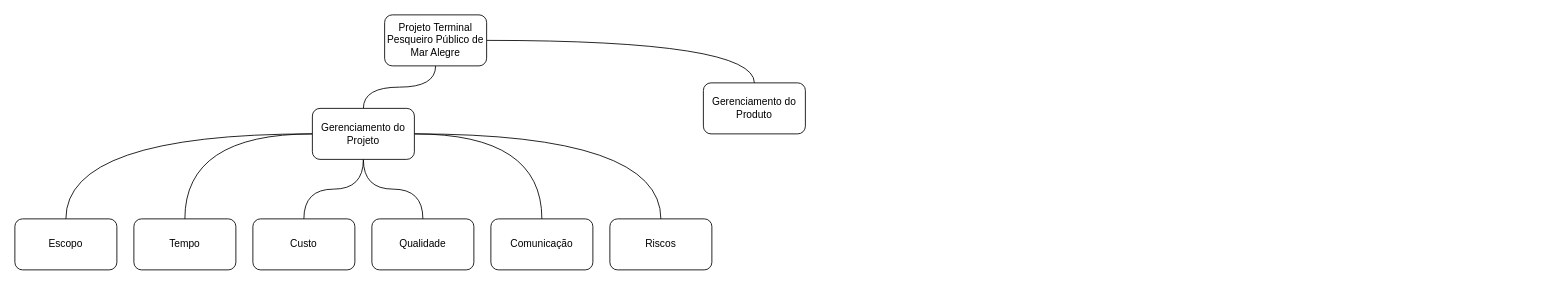
Before: ref/wbs.drawio in mdmundo/diagrams, a draw.io diagram. Source tidied: cells renumbered, new cells numbered last; positions are measured from the earlier drawing's top-left corner, leaving out a move shared by most shapes. Both pictures are drawn from the tidied source at 85%, with x=0, y=0 at pixel (14, 14).
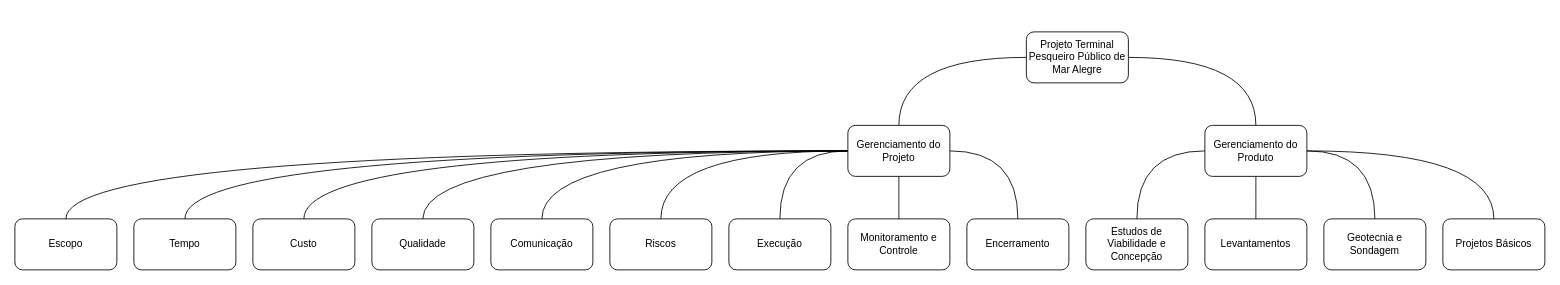
The same page after the edit.

The edit, as a diff of the source:
```diff
@@
     <mxCell id="4" value="Projeto Terminal Pesqueiro Público de Mar Alegre" style="rounded=1;whiteSpace=wrap;html=1;" parent="1" vertex="1">
-      <mxGeometry x="435" width="120" height="60" as="geometry" />
+      <mxGeometry x="1190" y="20" width="120" height="60" as="geometry" />
     </mxCell>
@@
+    <mxCell id="19" style="edgeStyle=orthogonalEdgeStyle;curved=1;rounded=0;jettySize=auto;html=1;endArrow=none;endFill=0;" parent="1" edge="1" source="11" target="26">
+      <mxGeometry relative="1" as="geometry" />
+    </mxCell>
+    <mxCell id="20" style="edgeStyle=orthogonalEdgeStyle;curved=1;rounded=0;jettySize=auto;html=1;endArrow=none;endFill=0;" parent="1" edge="1" source="11" target="27">
+      <mxGeometry relative="1" as="geometry" />
+    </mxCell>
+    <mxCell id="21" style="edgeStyle=orthogonalEdgeStyle;curved=1;rounded=0;jettySize=auto;html=1;endArrow=none;endFill=0;" parent="1" edge="1" source="11" target="28">
+      <mxGeometry relative="1" as="geometry" />
+    </mxCell>
     <mxCell id="11" value="Gerenciamento do Projeto" style="rounded=1;whiteSpace=wrap;html=1;" parent="1" vertex="1">
-      <mxGeometry x="350" y="110" width="120" height="60" as="geometry" />
+      <mxGeometry x="980" y="130" width="120" height="60" as="geometry" />
     </mxCell>
+    <mxCell id="22" style="edgeStyle=orthogonalEdgeStyle;curved=1;rounded=0;jettySize=auto;html=1;endArrow=none;endFill=0;" parent="1" edge="1" source="12" target="29">
+      <mxGeometry relative="1" as="geometry" />
+    </mxCell>
+    <mxCell id="23" style="edgeStyle=orthogonalEdgeStyle;curved=1;rounded=0;jettySize=auto;html=1;endArrow=none;endFill=0;" parent="1" edge="1" source="12" target="30">
+      <mxGeometry relative="1" as="geometry" />
+    </mxCell>
+    <mxCell id="24" style="edgeStyle=orthogonalEdgeStyle;curved=1;rounded=0;jettySize=auto;html=1;endArrow=none;endFill=0;" parent="1" edge="1" source="12" target="31">
+      <mxGeometry relative="1" as="geometry" />
+    </mxCell>
+    <mxCell id="25" style="edgeStyle=orthogonalEdgeStyle;curved=1;rounded=0;jettySize=auto;html=1;endArrow=none;endFill=0;" parent="1" edge="1" source="12" target="32">
+      <mxGeometry relative="1" as="geometry" />
+    </mxCell>
     <mxCell id="12" value="&lt;span style=&quot;&quot;&gt;Gerenciamento do Produto&lt;/span&gt;" style="rounded=1;whiteSpace=wrap;html=1;" parent="1" vertex="1">
-      <mxGeometry x="810" y="80" width="120" height="60" as="geometry" />
+      <mxGeometry x="1400" y="130" width="120" height="60" as="geometry" />
     </mxCell>
@@
+    <mxCell id="26" value="Execução" style="whiteSpace=wrap;html=1;rounded=1;" parent="1" vertex="1">
+      <mxGeometry x="840" y="240" width="120" height="60" as="geometry" />
+    </mxCell>
+    <mxCell id="27" value="Monitoramento e Controle" style="whiteSpace=wrap;html=1;rounded=1;" parent="1" vertex="1">
+      <mxGeometry x="980" y="240" width="120" height="60" as="geometry" />
+    </mxCell>
+    <mxCell id="28" value="Encerramento" style="whiteSpace=wrap;html=1;rounded=1;" parent="1" vertex="1">
+      <mxGeometry x="1120" y="240" width="120" height="60" as="geometry" />
+    </mxCell>
+    <mxCell id="29" value="Estudos de Viabilidade e Concepção" style="whiteSpace=wrap;html=1;rounded=1;" parent="1" vertex="1">
+      <mxGeometry x="1260" y="240" width="120" height="60" as="geometry" />
+    </mxCell>
+    <mxCell id="30" value="Levantamentos" style="whiteSpace=wrap;html=1;rounded=1;" parent="1" vertex="1">
+      <mxGeometry x="1400" y="240" width="120" height="60" as="geometry" />
+    </mxCell>
+    <mxCell id="31" value="Geotecnia e Sondagem" style="whiteSpace=wrap;html=1;rounded=1;" parent="1" vertex="1">
+      <mxGeometry x="1540" y="240" width="120" height="60" as="geometry" />
+    </mxCell>
+    <mxCell id="32" value="Projetos Básicos" style="whiteSpace=wrap;html=1;rounded=1;" parent="1" vertex="1">
+      <mxGeometry x="1680" y="240" width="120" height="60" as="geometry" />
+    </mxCell>
```
